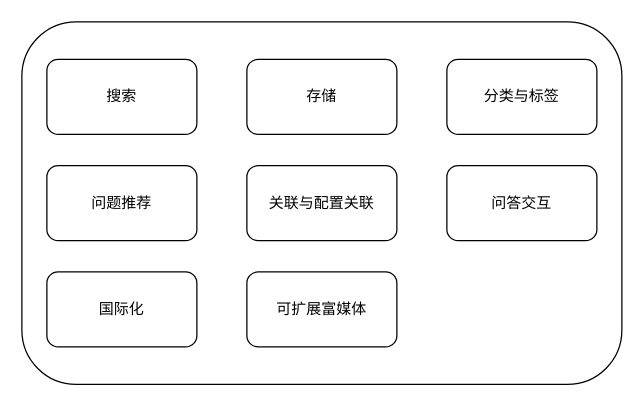
This is 宇视云之FAQ系统模块划分.drawio from HuaHero/OnLineFaq, a draw.io file, before an edit. Source tidied: cells renumbered, new cells numbered last; positions are measured from the earlier drawing's top-left corner, leaving out a move shared by most shapes. Both pictures are drawn from the tidied source at 125%, with x=0, y=0 at pixel (21, 21).
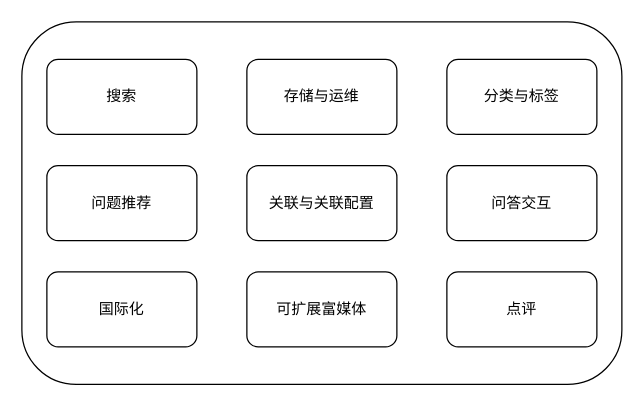
The same diagram, later.

Commit message (it also covers changes not shown here):
更新宇视云之FAQ系统模块划分.drawio

Change to the diagram source:
```diff
@@
 <mxGraphModel>
   <root>
     <mxCell id="0" />
     <mxCell id="1" parent="0" />
     <mxCell id="2" style="rounded=1;whiteSpace=wrap;html=1;" parent="1" vertex="1">
       <mxGeometry width="480" height="290" as="geometry" />
     </mxCell>
     <mxCell id="3" value="搜索" style="rounded=1;whiteSpace=wrap;html=1;" parent="1" vertex="1">
       <mxGeometry x="20" y="30" width="120" height="60" as="geometry" />
     </mxCell>
-    <mxCell id="4" value="存储" style="rounded=1;whiteSpace=wrap;html=1;" parent="1" vertex="1">
+    <mxCell id="4" value="存储与运维" style="rounded=1;whiteSpace=wrap;html=1;" parent="1" vertex="1">
       <mxGeometry x="180" y="30" width="120" height="60" as="geometry" />
     </mxCell>
     <mxCell id="5" value="分类与标签" style="rounded=1;whiteSpace=wrap;html=1;" parent="1" vertex="1">
       <mxGeometry x="340" y="30" width="120" height="60" as="geometry" />
     </mxCell>
     <mxCell id="6" value="问题推荐" style="rounded=1;whiteSpace=wrap;html=1;" parent="1" vertex="1">
       <mxGeometry x="20" y="115" width="120" height="60" as="geometry" />
     </mxCell>
-    <mxCell id="7" value="关联与配置关联" style="rounded=1;whiteSpace=wrap;html=1;" parent="1" vertex="1">
+    <mxCell id="7" value="关联与关联配置" style="rounded=1;whiteSpace=wrap;html=1;" parent="1" vertex="1">
       <mxGeometry x="180" y="115" width="120" height="60" as="geometry" />
     </mxCell>
     <mxCell id="8" value="问答交互" style="rounded=1;whiteSpace=wrap;html=1;" parent="1" vertex="1">
       <mxGeometry x="340" y="115" width="120" height="60" as="geometry" />
     </mxCell>
     <mxCell id="9" value="国际化" style="rounded=1;whiteSpace=wrap;html=1;" parent="1" vertex="1">
       <mxGeometry x="20" y="200" width="120" height="60" as="geometry" />
     </mxCell>
     <mxCell id="10" value="可扩展富媒体" style="rounded=1;whiteSpace=wrap;html=1;" parent="1" vertex="1">
       <mxGeometry x="180" y="200" width="120" height="60" as="geometry" />
     </mxCell>
+    <mxCell id="11" value="点评" style="rounded=1;whiteSpace=wrap;html=1;" parent="1" vertex="1">
+      <mxGeometry x="340" y="200" width="120" height="60" as="geometry" />
+    </mxCell>
   </root>
 </mxGraphModel>
```
